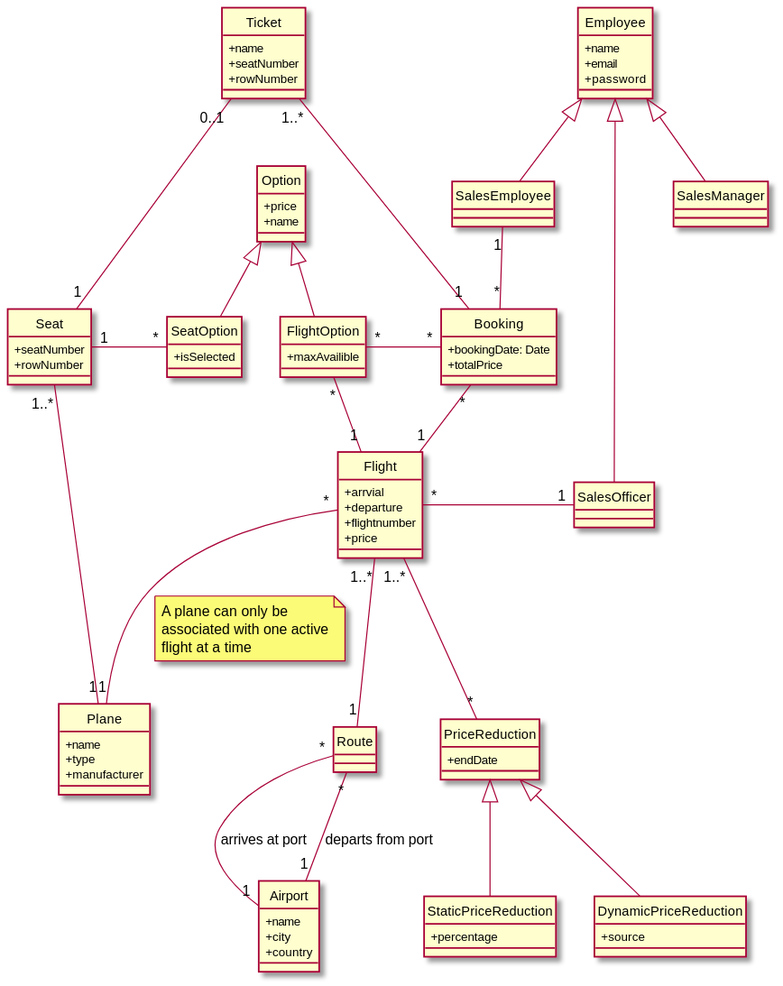
Niklas-Mezynski/fontys-prj2-2021-prj2-2021-02 keeps this PlantUML diagram as analysis/images/domain_model.svg. Above is the earlier version.
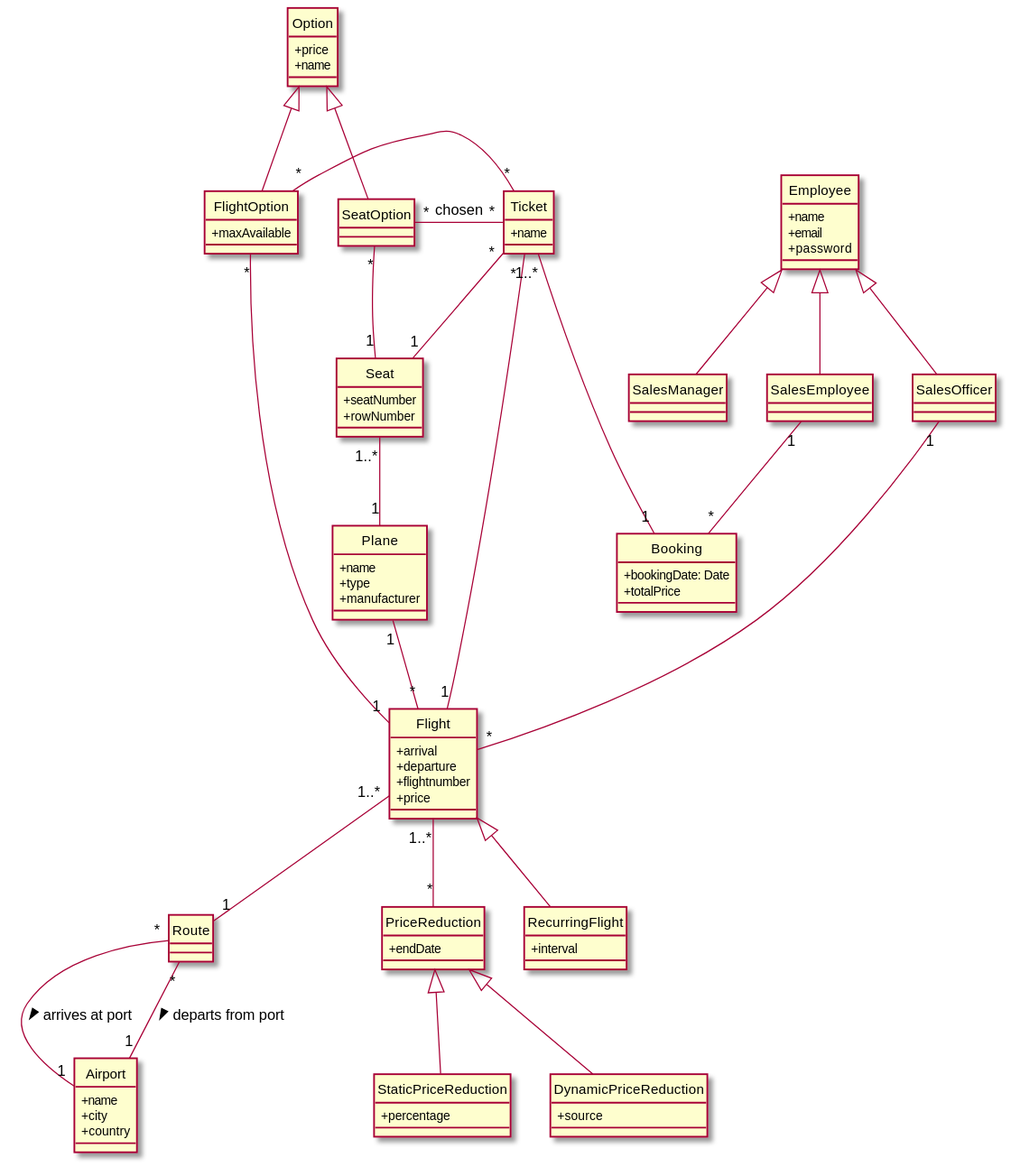
After the change.

Diff of the diagram source:
```diff
@@ -4,33 +4,41 @@
 hide circle
 
 class Flight {
-    +arrvial
+    +arrival
     +departure
     +flightnumber
     +price
 }
 
+class RecurringFlight extends Flight {
+    +interval
+}
 
 class PriceReduction {
     +endDate
 }
+together {
+    class StaticPriceReduction extends PriceReduction {
+        +percentage
+    }
 
-class StaticPriceReduction extends PriceReduction {
-    +percentage
+    class DynamicPriceReduction extends PriceReduction {
+        +source
+    }
 }
 
-class DynamicPriceReduction extends PriceReduction {
-    +source
+together {
+    class Route {
+    }
+
+
+    class Airport {
+        +name
+        +city
+        +country
+    }
 }
 
-class Route {
-}
-
-class Airport {
-    +name
-    +city
-    +country
-}
 
 class Booking {
     +bookingDate: Date
@@ -39,8 +47,6 @@
 
 class Ticket {
     +name
-    +seatNumber
-    +rowNumber
 }
 
 class Plane {
@@ -59,13 +65,12 @@
     +name
 }
 
-class SeatOption extends Option {
-    +isSelected
+class SeatOption extends Option
+
+class FlightOption extends Option {
+    +maxAvailable
 }
 
-class FlightOption extends Option {
-    +maxAvailible
-}
 
 class Employee {
     +name
@@ -73,36 +78,30 @@
     +password
 }
 
-class SalesEmployee extends Employee {
-
+together {
+    class SalesOfficer extends Employee
+    class SalesManager extends Employee
+    class SalesEmployee extends Employee
 }
 
-class SalesOfficer extends Employee {
 
-}
 
-class SalesManager extends Employee {
-
-}
-
-Booking "*" -- "1" Flight
-SalesOfficer "1" -l- "*" Flight: \t\t\t
-SalesEmployee "1" -- "*" Booking
+Ticket "*" -- "1" Flight
+SalesOfficer "1" --- "*" Flight: \t\t\t
+SalesEmployee "1" - "*" Booking: \t
 Ticket "1..*" --- "1" Booking
-Flight "1..*" -- "1" Route
-Route "*" -- "1" Airport: arrives at port
-Route "*" -- "1" Airport: departs from port
-Flight "1..*" -- "*" PriceReduction
-SeatOption "*" - "1" Seat: \t
-Plane "1" -left- "1..*" Seat: \t
-Flight "*" -- "1" Plane
-note on link
-A plane can only be
-associated with one active
-flight at a time
-end note
-Ticket "0..1" -- "1" Seat
+Flight "1..*" -d- "1" Route
+Route "*" -- "1" Airport: arrives at port >
+Route "*" -- "1" Airport: departs from port >
+Flight "1..*" -r- "*" PriceReduction: \t
+SeatOption "*" -- "1" Seat: \t
+SeatOption "*" - "*" Ticket: chosen
+Plane "1" -u- "1..*" Seat: \t
+Flight "*" -u- "1" Plane: \t
+Ticket "*" - "1" Seat
 FlightOption "*" - "1" Flight
-FlightOption "*" - "*" Booking: \t
-
+FlightOption "*" - "*" Ticket: \t
+Route -[hidden] PriceReduction: \t\t\t
+SalesEmployee -l[hidden]- SalesOfficer
+SalesOfficer -l[hidden]- SalesManager
 @enduml
```
